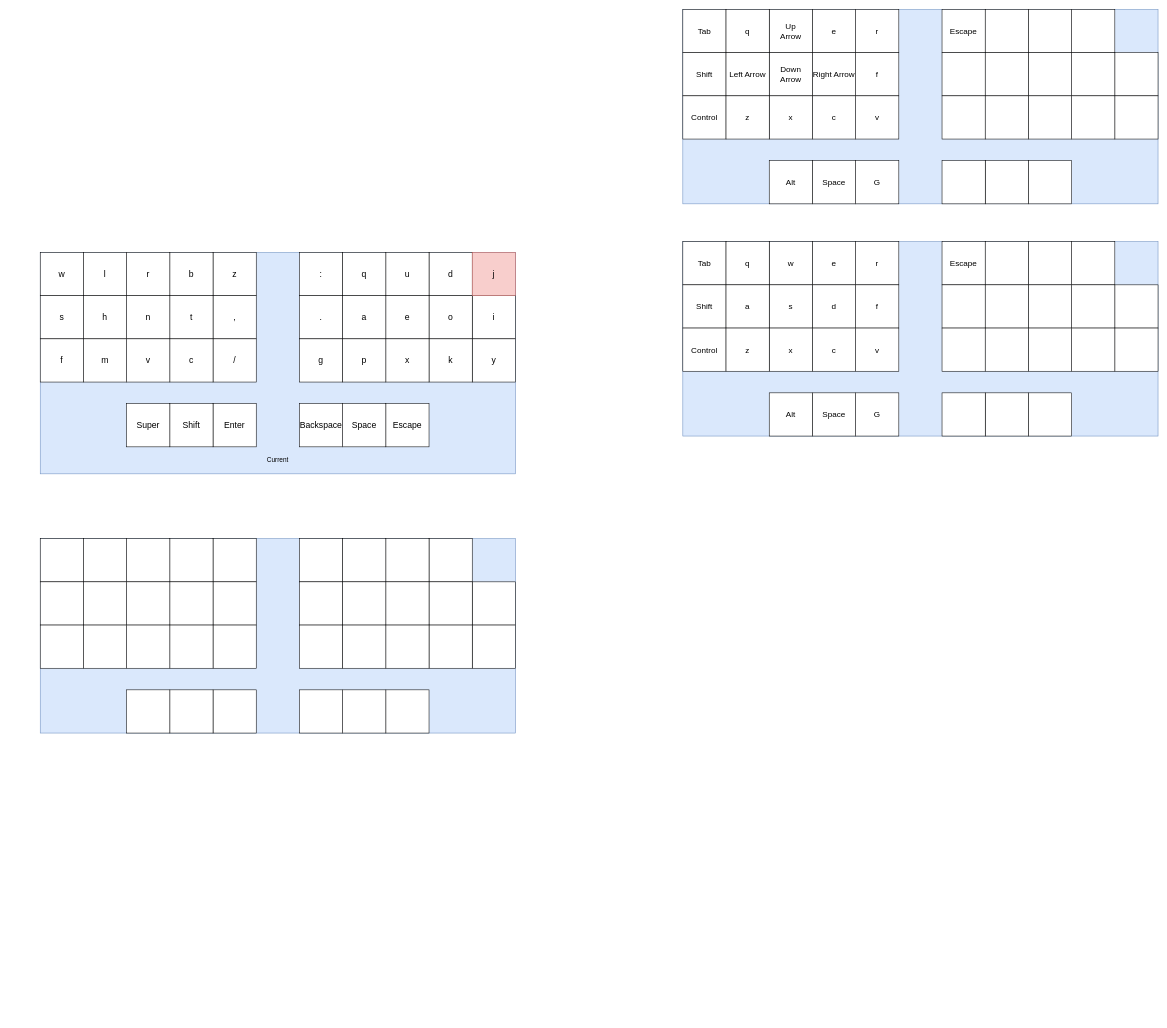
cutthroat78/chocofi-qmk-layout keeps this draw.io diagram as diagram/Chocofi Layout.drawio. Above is the earlier version. Source tidied: cells renumbered, new cells numbered last; positions are measured from the earlier drawing's top-left corner, leaving out a move shared by most shapes. Both pictures are drawn from the tidied source at 54%, with x=0, y=0 at pixel (40, 9).
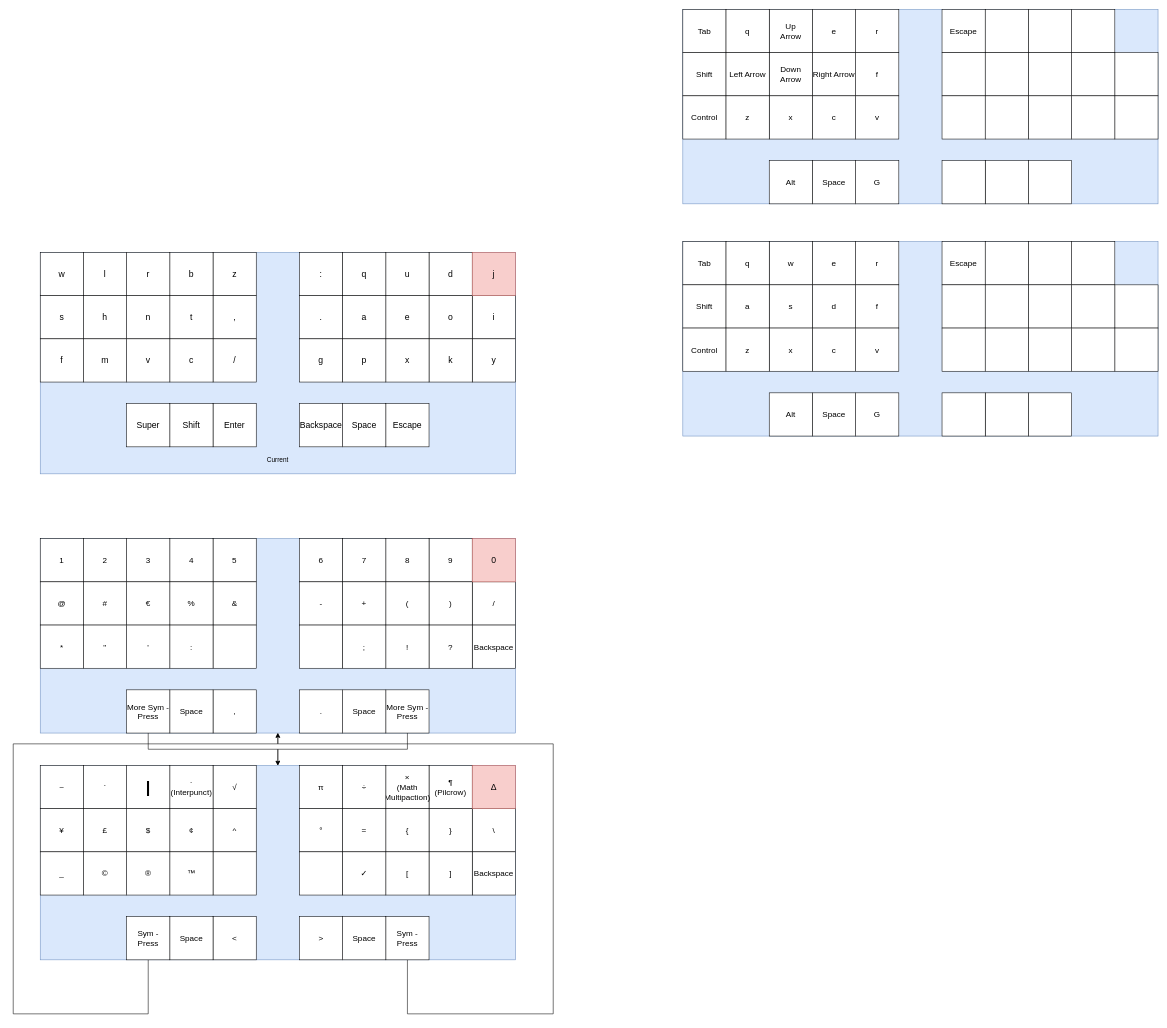
The same diagram, later.

Commit message:
Added Phone Symbol Layers to Chocofi Layout.drawio

Unchanged cells that the change refers to:
```xml
<mxCell id="4" style="rounded=0;whiteSpace=wrap;html=1;fillColor=#dae8fc;strokeColor=#6c8ebf;" parent="1" vertex="1">
  <mxGeometry y="980" width="880" height="360" as="geometry" />
</mxCell>
```

Change to the diagram source:
```diff
@@
-    <mxCell id="5" style="whiteSpace=wrap;html=1;fontSize=15;" parent="1" vertex="1">
+    <mxCell id="5" value="1" style="whiteSpace=wrap;html=1;fontSize=15;" parent="1" vertex="1">
       <mxGeometry y="980" width="80" height="80" as="geometry" />
     </mxCell>
-    <mxCell id="6" style="whiteSpace=wrap;html=1;fontSize=15;" parent="1" vertex="1">
+    <mxCell id="6" value="5" style="whiteSpace=wrap;html=1;fontSize=15;" parent="1" vertex="1">
       <mxGeometry x="320" y="980" width="80" height="80" as="geometry" />
     </mxCell>
-    <mxCell id="7" style="whiteSpace=wrap;html=1;fontSize=15;" parent="1" vertex="1">
+    <mxCell id="7" value="4" style="whiteSpace=wrap;html=1;fontSize=15;" parent="1" vertex="1">
       <mxGeometry x="240" y="980" width="80" height="80" as="geometry" />
     </mxCell>
-    <mxCell id="8" style="whiteSpace=wrap;html=1;fontSize=15;" parent="1" vertex="1">
+    <mxCell id="8" value="3" style="whiteSpace=wrap;html=1;fontSize=15;" parent="1" vertex="1">
       <mxGeometry x="160" y="980" width="80" height="80" as="geometry" />
     </mxCell>
-    <mxCell id="9" style="whiteSpace=wrap;html=1;fontSize=15;" parent="1" vertex="1">
+    <mxCell id="9" value="2" style="whiteSpace=wrap;html=1;fontSize=15;" parent="1" vertex="1">
       <mxGeometry x="80" y="980" width="80" height="80" as="geometry" />
     </mxCell>
-    <mxCell id="10" style="whiteSpace=wrap;html=1;fontSize=15;" parent="1" vertex="1">
+    <mxCell id="10" value="@" style="whiteSpace=wrap;html=1;fontSize=15;" parent="1" vertex="1">
       <mxGeometry y="1060" width="80" height="80" as="geometry" />
     </mxCell>
-    <mxCell id="11" style="whiteSpace=wrap;html=1;fontSize=15;" parent="1" vertex="1">
+    <mxCell id="11" value="&amp;amp;" style="whiteSpace=wrap;html=1;fontSize=15;" parent="1" vertex="1">
       <mxGeometry x="320" y="1060" width="80" height="80" as="geometry" />
     </mxCell>
-    <mxCell id="12" style="whiteSpace=wrap;html=1;fontSize=15;" parent="1" vertex="1">
+    <mxCell id="12" value="%" style="whiteSpace=wrap;html=1;fontSize=15;" parent="1" vertex="1">
       <mxGeometry x="240" y="1060" width="80" height="80" as="geometry" />
     </mxCell>
-    <mxCell id="13" style="whiteSpace=wrap;html=1;fontSize=15;" parent="1" vertex="1">
+    <mxCell id="13" value="€" style="whiteSpace=wrap;html=1;fontSize=15;" parent="1" vertex="1">
       <mxGeometry x="160" y="1060" width="80" height="80" as="geometry" />
     </mxCell>
-    <mxCell id="14" style="whiteSpace=wrap;html=1;fontSize=15;" parent="1" vertex="1">
+    <mxCell id="14" value="#" style="whiteSpace=wrap;html=1;fontSize=15;" parent="1" vertex="1">
       <mxGeometry x="80" y="1060" width="80" height="80" as="geometry" />
     </mxCell>
-    <mxCell id="15" style="whiteSpace=wrap;html=1;fontSize=15;" parent="1" vertex="1">
+    <mxCell id="15" value="*" style="whiteSpace=wrap;html=1;fontSize=15;" parent="1" vertex="1">
       <mxGeometry y="1140" width="80" height="80" as="geometry" />
     </mxCell>
@@
-    <mxCell id="17" style="whiteSpace=wrap;html=1;fontSize=15;" parent="1" vertex="1">
+    <mxCell id="17" value=":" style="whiteSpace=wrap;html=1;fontSize=15;" parent="1" vertex="1">
       <mxGeometry x="240" y="1140" width="80" height="80" as="geometry" />
     </mxCell>
-    <mxCell id="18" style="whiteSpace=wrap;html=1;fontSize=15;" parent="1" vertex="1">
+    <mxCell id="18" value="'" style="whiteSpace=wrap;html=1;fontSize=15;" parent="1" vertex="1">
       <mxGeometry x="160" y="1140" width="80" height="80" as="geometry" />
     </mxCell>
-    <mxCell id="19" style="whiteSpace=wrap;html=1;fontSize=15;" parent="1" vertex="1">
+    <mxCell id="19" value="&quot;" style="whiteSpace=wrap;html=1;fontSize=15;" parent="1" vertex="1">
       <mxGeometry x="80" y="1140" width="80" height="80" as="geometry" />
     </mxCell>
-    <mxCell id="20" style="whiteSpace=wrap;html=1;fontSize=15;" parent="1" vertex="1">
+    <mxCell id="20" value="," style="whiteSpace=wrap;html=1;fontSize=15;" parent="1" vertex="1">
       <mxGeometry x="320" y="1260" width="80" height="80" as="geometry" />
     </mxCell>
-    <mxCell id="21" style="whiteSpace=wrap;html=1;fontSize=15;" parent="1" vertex="1">
+    <mxCell id="21" value="Space" style="whiteSpace=wrap;html=1;fontSize=15;" parent="1" vertex="1">
       <mxGeometry x="240" y="1260" width="80" height="80" as="geometry" />
     </mxCell>
+    <mxCell id="147" style="edgeStyle=orthogonalEdgeStyle;rounded=0;jettySize=auto;html=1;" parent="1" edge="1" source="22" target="150">
+      <mxGeometry relative="1" as="geometry" />
+    </mxCell>
-    <mxCell id="22" style="whiteSpace=wrap;html=1;fontSize=15;" parent="1" vertex="1">
+    <mxCell id="22" value="More Sym - Press" style="whiteSpace=wrap;html=1;fontSize=15;" parent="1" vertex="1">
       <mxGeometry x="160" y="1260" width="80" height="80" as="geometry" />
     </mxCell>
-    <mxCell id="23" style="whiteSpace=wrap;html=1;fontSize=15;" parent="1" vertex="1">
+    <mxCell id="23" value="6" style="whiteSpace=wrap;html=1;fontSize=15;" parent="1" vertex="1">
       <mxGeometry x="480" y="980" width="80" height="80" as="geometry" />
     </mxCell>
-    <mxCell id="24" style="whiteSpace=wrap;html=1;fontSize=15;" parent="1" vertex="1">
+    <mxCell id="24" value="9" style="whiteSpace=wrap;html=1;fontSize=15;" parent="1" vertex="1">
       <mxGeometry x="720" y="980" width="80" height="80" as="geometry" />
     </mxCell>
-    <mxCell id="25" style="whiteSpace=wrap;html=1;fontSize=15;" parent="1" vertex="1">
+    <mxCell id="25" value="8" style="whiteSpace=wrap;html=1;fontSize=15;" parent="1" vertex="1">
       <mxGeometry x="640" y="980" width="80" height="80" as="geometry" />
     </mxCell>
-    <mxCell id="26" style="whiteSpace=wrap;html=1;fontSize=15;" parent="1" vertex="1">
+    <mxCell id="26" value="7" style="whiteSpace=wrap;html=1;fontSize=15;" parent="1" vertex="1">
       <mxGeometry x="560" y="980" width="80" height="80" as="geometry" />
     </mxCell>
-    <mxCell id="27" style="whiteSpace=wrap;html=1;fontSize=15;" parent="1" vertex="1">
+    <mxCell id="27" value="-" style="whiteSpace=wrap;html=1;fontSize=15;" parent="1" vertex="1">
       <mxGeometry x="480" y="1060" width="80" height="80" as="geometry" />
     </mxCell>
-    <mxCell id="28" style="whiteSpace=wrap;html=1;fontSize=15;" parent="1" vertex="1">
+    <mxCell id="28" value="/" style="whiteSpace=wrap;html=1;fontSize=15;" parent="1" vertex="1">
       <mxGeometry x="800" y="1060" width="80" height="80" as="geometry" />
     </mxCell>
-    <mxCell id="29" style="whiteSpace=wrap;html=1;fontSize=15;" parent="1" vertex="1">
+    <mxCell id="29" value=")" style="whiteSpace=wrap;html=1;fontSize=15;" parent="1" vertex="1">
       <mxGeometry x="720" y="1060" width="80" height="80" as="geometry" />
     </mxCell>
-    <mxCell id="30" style="whiteSpace=wrap;html=1;fontSize=15;" parent="1" vertex="1">
+    <mxCell id="30" value="(" style="whiteSpace=wrap;html=1;fontSize=15;" parent="1" vertex="1">
       <mxGeometry x="640" y="1060" width="80" height="80" as="geometry" />
     </mxCell>
-    <mxCell id="31" style="whiteSpace=wrap;html=1;fontSize=15;" parent="1" vertex="1">
+    <mxCell id="31" value="+" style="whiteSpace=wrap;html=1;fontSize=15;" parent="1" vertex="1">
       <mxGeometry x="560" y="1060" width="80" height="80" as="geometry" />
     </mxCell>
@@
-    <mxCell id="33" style="whiteSpace=wrap;html=1;fontSize=15;" parent="1" vertex="1">
+    <mxCell id="33" value="Backspace" style="whiteSpace=wrap;html=1;fontSize=15;" parent="1" vertex="1">
       <mxGeometry x="800" y="1140" width="80" height="80" as="geometry" />
     </mxCell>
-    <mxCell id="34" style="whiteSpace=wrap;html=1;fontSize=15;" parent="1" vertex="1">
+    <mxCell id="34" value="?" style="whiteSpace=wrap;html=1;fontSize=15;" parent="1" vertex="1">
       <mxGeometry x="720" y="1140" width="80" height="80" as="geometry" />
     </mxCell>
-    <mxCell id="35" style="whiteSpace=wrap;html=1;fontSize=15;" parent="1" vertex="1">
+    <mxCell id="35" value="!" style="whiteSpace=wrap;html=1;fontSize=15;" parent="1" vertex="1">
       <mxGeometry x="640" y="1140" width="80" height="80" as="geometry" />
     </mxCell>
-    <mxCell id="36" style="whiteSpace=wrap;html=1;fontSize=15;" parent="1" vertex="1">
+    <mxCell id="36" value=";" style="whiteSpace=wrap;html=1;fontSize=15;" parent="1" vertex="1">
       <mxGeometry x="560" y="1140" width="80" height="80" as="geometry" />
     </mxCell>
+    <mxCell id="148" style="edgeStyle=orthogonalEdgeStyle;rounded=0;jettySize=auto;html=1;" parent="1" edge="1" source="37" target="150">
+      <mxGeometry relative="1" as="geometry" />
+    </mxCell>
-    <mxCell id="37" style="whiteSpace=wrap;html=1;fontSize=15;" parent="1" vertex="1">
+    <mxCell id="37" value="More Sym - Press" style="whiteSpace=wrap;html=1;fontSize=15;" parent="1" vertex="1">
       <mxGeometry x="640" y="1260" width="80" height="80" as="geometry" />
     </mxCell>
-    <mxCell id="38" style="whiteSpace=wrap;html=1;fontSize=15;" parent="1" vertex="1">
+    <mxCell id="38" value="Space" style="whiteSpace=wrap;html=1;fontSize=15;" parent="1" vertex="1">
       <mxGeometry x="560" y="1260" width="80" height="80" as="geometry" />
     </mxCell>
-    <mxCell id="39" style="whiteSpace=wrap;html=1;fontSize=15;" parent="1" vertex="1">
+    <mxCell id="39" value="." style="whiteSpace=wrap;html=1;fontSize=15;" parent="1" vertex="1">
       <mxGeometry x="480" y="1260" width="80" height="80" as="geometry" />
     </mxCell>
@@
+    <mxCell id="149" value="0" style="whiteSpace=wrap;html=1;fillColor=#f8cecc;strokeColor=#b85450;fontSize=16;" parent="1" vertex="1">
+      <mxGeometry x="800" y="980" width="80" height="80" as="geometry" />
+    </mxCell>
+    <mxCell id="150" style="rounded=0;whiteSpace=wrap;html=1;fillColor=#dae8fc;strokeColor=#6c8ebf;" parent="1" vertex="1">
+      <mxGeometry y="1400" width="880" height="360" as="geometry" />
+    </mxCell>
+    <mxCell id="151" value="~" style="whiteSpace=wrap;html=1;fontSize=15;" parent="1" vertex="1">
+      <mxGeometry y="1400" width="80" height="80" as="geometry" />
+    </mxCell>
+    <mxCell id="152" value="√" style="whiteSpace=wrap;html=1;fontSize=15;" parent="1" vertex="1">
+      <mxGeometry x="320" y="1400" width="80" height="80" as="geometry" />
+    </mxCell>
+    <mxCell id="153" value="·&lt;br&gt;(Interpunct)" style="whiteSpace=wrap;html=1;fontSize=15;" parent="1" vertex="1">
+      <mxGeometry x="240" y="1400" width="80" height="80" as="geometry" />
+    </mxCell>
+    <mxCell id="154" value="&lt;h1 class=&quot;article__title&quot;&gt;|&lt;/h1&gt;&lt;h1 class=&quot;article__title&quot;&gt;&lt;/h1&gt;" style="whiteSpace=wrap;html=1;fontSize=15;" parent="1" vertex="1">
+      <mxGeometry x="160" y="1400" width="80" height="80" as="geometry" />
+    </mxCell>
+    <mxCell id="155" value="`" style="whiteSpace=wrap;html=1;fontSize=15;" parent="1" vertex="1">
+      <mxGeometry x="80" y="1400" width="80" height="80" as="geometry" />
+    </mxCell>
+    <mxCell id="156" value="¥" style="whiteSpace=wrap;html=1;fontSize=15;" parent="1" vertex="1">
+      <mxGeometry y="1480" width="80" height="80" as="geometry" />
+    </mxCell>
+    <mxCell id="157" value="^" style="whiteSpace=wrap;html=1;fontSize=15;" parent="1" vertex="1">
+      <mxGeometry x="320" y="1480" width="80" height="80" as="geometry" />
+    </mxCell>
+    <mxCell id="158" value="¢" style="whiteSpace=wrap;html=1;fontSize=15;" parent="1" vertex="1">
+      <mxGeometry x="240" y="1480" width="80" height="80" as="geometry" />
+    </mxCell>
+    <mxCell id="159" value="$" style="whiteSpace=wrap;html=1;fontSize=15;" parent="1" vertex="1">
+      <mxGeometry x="160" y="1480" width="80" height="80" as="geometry" />
+    </mxCell>
+    <mxCell id="160" value="£" style="whiteSpace=wrap;html=1;fontSize=15;" parent="1" vertex="1">
+      <mxGeometry x="80" y="1480" width="80" height="80" as="geometry" />
+    </mxCell>
+    <mxCell id="161" value="_" style="whiteSpace=wrap;html=1;fontSize=15;" parent="1" vertex="1">
+      <mxGeometry y="1560" width="80" height="80" as="geometry" />
+    </mxCell>
+    <mxCell id="162" style="whiteSpace=wrap;html=1;fontSize=15;" parent="1" vertex="1">
+      <mxGeometry x="320" y="1560" width="80" height="80" as="geometry" />
+    </mxCell>
+    <mxCell id="163" value="™" style="whiteSpace=wrap;html=1;fontSize=15;" parent="1" vertex="1">
+      <mxGeometry x="240" y="1560" width="80" height="80" as="geometry" />
+    </mxCell>
+    <mxCell id="164" value="®" style="whiteSpace=wrap;html=1;fontSize=15;" parent="1" vertex="1">
+      <mxGeometry x="160" y="1560" width="80" height="80" as="geometry" />
+    </mxCell>
+    <mxCell id="165" value="©" style="whiteSpace=wrap;html=1;fontSize=15;" parent="1" vertex="1">
+      <mxGeometry x="80" y="1560" width="80" height="80" as="geometry" />
+    </mxCell>
+    <mxCell id="166" value="&amp;lt;" style="whiteSpace=wrap;html=1;fontSize=15;" parent="1" vertex="1">
+      <mxGeometry x="320" y="1680" width="80" height="80" as="geometry" />
+    </mxCell>
+    <mxCell id="167" value="Space" style="whiteSpace=wrap;html=1;fontSize=15;" parent="1" vertex="1">
+      <mxGeometry x="240" y="1680" width="80" height="80" as="geometry" />
+    </mxCell>
+    <mxCell id="168" value="&lt;span class=&quot;box&quot;&gt;π&lt;/span&gt;" style="whiteSpace=wrap;html=1;fontSize=15;" parent="1" vertex="1">
+      <mxGeometry x="480" y="1400" width="80" height="80" as="geometry" />
+    </mxCell>
+    <mxCell id="169" value="¶&lt;br&gt;(Pilcrow)&lt;b&gt;&lt;br&gt;&lt;/b&gt;" style="whiteSpace=wrap;html=1;fontSize=15;" parent="1" vertex="1">
+      <mxGeometry x="720" y="1400" width="80" height="80" as="geometry" />
+    </mxCell>
+    <mxCell id="170" value="&lt;span class=&quot;box&quot;&gt;×&lt;br&gt;(Math&lt;br&gt;Multipaction)&lt;br&gt;&lt;/span&gt;" style="whiteSpace=wrap;html=1;fontSize=15;" parent="1" vertex="1">
+      <mxGeometry x="640" y="1400" width="80" height="80" as="geometry" />
+    </mxCell>
+    <mxCell id="171" value="&lt;span class=&quot;box&quot;&gt;÷&lt;/span&gt;" style="whiteSpace=wrap;html=1;fontSize=15;" parent="1" vertex="1">
+      <mxGeometry x="560" y="1400" width="80" height="80" as="geometry" />
+    </mxCell>
+    <mxCell id="172" value="°" style="whiteSpace=wrap;html=1;fontSize=15;" parent="1" vertex="1">
+      <mxGeometry x="480" y="1480" width="80" height="80" as="geometry" />
+    </mxCell>
+    <mxCell id="173" value="&lt;span class=&quot;expandableItem&quot;&gt;\&lt;/span&gt;" style="whiteSpace=wrap;html=1;fontSize=15;" parent="1" vertex="1">
+      <mxGeometry x="800" y="1480" width="80" height="80" as="geometry" />
+    </mxCell>
+    <mxCell id="174" value="}" style="whiteSpace=wrap;html=1;fontSize=15;" parent="1" vertex="1">
+      <mxGeometry x="720" y="1480" width="80" height="80" as="geometry" />
+    </mxCell>
+    <mxCell id="175" value="{" style="whiteSpace=wrap;html=1;fontSize=15;" parent="1" vertex="1">
+      <mxGeometry x="640" y="1480" width="80" height="80" as="geometry" />
+    </mxCell>
+    <mxCell id="176" value="=" style="whiteSpace=wrap;html=1;fontSize=15;" parent="1" vertex="1">
+      <mxGeometry x="560" y="1480" width="80" height="80" as="geometry" />
+    </mxCell>
+    <mxCell id="177" style="whiteSpace=wrap;html=1;fontSize=15;" parent="1" vertex="1">
+      <mxGeometry x="480" y="1560" width="80" height="80" as="geometry" />
+    </mxCell>
+    <mxCell id="178" value="Backspace" style="whiteSpace=wrap;html=1;fontSize=15;" parent="1" vertex="1">
+      <mxGeometry x="800" y="1560" width="80" height="80" as="geometry" />
+    </mxCell>
+    <mxCell id="179" value="]" style="whiteSpace=wrap;html=1;fontSize=15;" parent="1" vertex="1">
+      <mxGeometry x="720" y="1560" width="80" height="80" as="geometry" />
+    </mxCell>
+    <mxCell id="180" value="[" style="whiteSpace=wrap;html=1;fontSize=15;" parent="1" vertex="1">
+      <mxGeometry x="640" y="1560" width="80" height="80" as="geometry" />
+    </mxCell>
+    <mxCell id="181" value="✓" style="whiteSpace=wrap;html=1;fontSize=15;" parent="1" vertex="1">
+      <mxGeometry x="560" y="1560" width="80" height="80" as="geometry" />
+    </mxCell>
+    <mxCell id="182" style="edgeStyle=orthogonalEdgeStyle;rounded=0;jettySize=auto;html=1;entryX=0.5;entryY=1;entryDx=0;entryDy=0;" parent="1" edge="1" source="183" target="4">
+      <mxGeometry relative="1" as="geometry">
+        <Array as="points">
+          <mxPoint x="680" y="1860" />
+          <mxPoint x="950" y="1860" />
+          <mxPoint x="950" y="1360" />
+          <mxPoint x="440" y="1360" />
+        </Array>
+      </mxGeometry>
+    </mxCell>
+    <mxCell id="183" value="Sym - Press" style="whiteSpace=wrap;html=1;fontSize=15;" parent="1" vertex="1">
+      <mxGeometry x="640" y="1680" width="80" height="80" as="geometry" />
+    </mxCell>
+    <mxCell id="184" value="Space" style="whiteSpace=wrap;html=1;fontSize=15;" parent="1" vertex="1">
+      <mxGeometry x="560" y="1680" width="80" height="80" as="geometry" />
+    </mxCell>
+    <mxCell id="185" value="&amp;gt;" style="whiteSpace=wrap;html=1;fontSize=15;" parent="1" vertex="1">
+      <mxGeometry x="480" y="1680" width="80" height="80" as="geometry" />
+    </mxCell>
+    <mxCell id="186" value="∆" style="whiteSpace=wrap;html=1;fillColor=#f8cecc;strokeColor=#b85450;fontSize=16;" parent="1" vertex="1">
+      <mxGeometry x="800" y="1400" width="80" height="80" as="geometry" />
+    </mxCell>
+    <mxCell id="187" style="edgeStyle=orthogonalEdgeStyle;rounded=0;jettySize=auto;html=1;entryX=0.5;entryY=1;entryDx=0;entryDy=0;" parent="1" edge="1" source="188" target="4">
+      <mxGeometry relative="1" as="geometry">
+        <Array as="points">
+          <mxPoint x="200" y="1860" />
+          <mxPoint x="-50" y="1860" />
+          <mxPoint x="-50" y="1360" />
+          <mxPoint x="440" y="1360" />
+        </Array>
+      </mxGeometry>
+    </mxCell>
+    <mxCell id="188" value="Sym - Press" style="whiteSpace=wrap;html=1;fontSize=15;" parent="1" vertex="1">
+      <mxGeometry x="160" y="1680" width="80" height="80" as="geometry" />
+    </mxCell>
```
